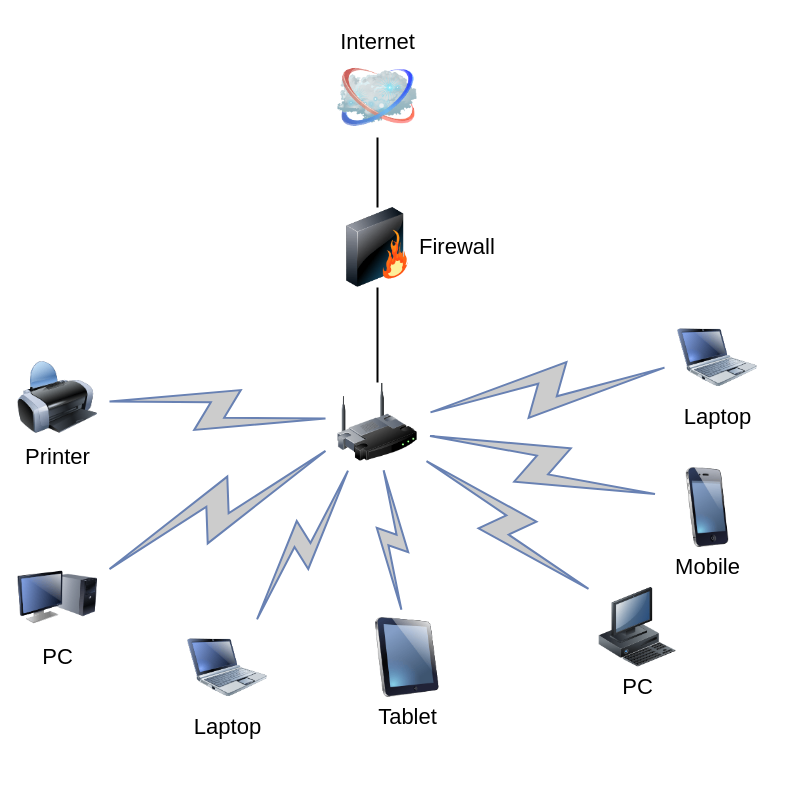
Before: 南网国际.drawio in ZILLIONTSANG/NetworkDiagrams, a draw.io diagram. Source tidied: cells renumbered, new cells numbered last; positions are measured from the earlier drawing's top-left corner, leaving out a move shared by most shapes. Both pictures are drawn from the tidied source at 100%, with x=0, y=0 at pixel (17, 57).
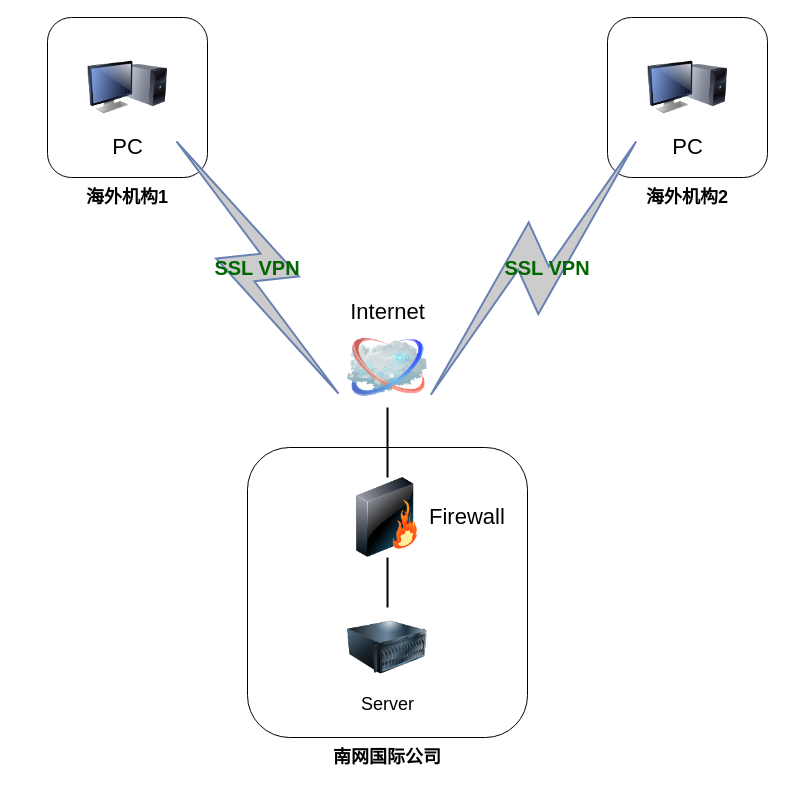
The same page after the edit.

Change to the diagram source:
```diff
@@
+    <mxCell id="21" style="rounded=1;whiteSpace=wrap;html=1;" parent="1" vertex="1">
+      <mxGeometry x="30" y="-40" width="160" height="160" as="geometry" />
+    </mxCell>
+    <mxCell id="22" style="rounded=1;whiteSpace=wrap;html=1;" parent="1" vertex="1">
+      <mxGeometry x="230" y="390" width="280" height="290" as="geometry" />
+    </mxCell>
+    <mxCell id="23" style="rounded=1;whiteSpace=wrap;html=1;" parent="1" vertex="1">
+      <mxGeometry x="590" y="-40" width="160" height="160" as="geometry" />
+    </mxCell>
-    <mxCell id="2" style="edgeStyle=none;rounded=0;html=1;labelBackgroundColor=none;endArrow=none;strokeWidth=2;fontFamily=Verdana;fontSize=22;" parent="1" edge="1" source="3" target="6">
+    <mxCell id="2" style="edgeStyle=none;rounded=0;html=1;labelBackgroundColor=none;endArrow=none;strokeWidth=2;fontFamily=Verdana;fontSize=22;" parent="1" edge="1" source="24" target="6">
       <mxGeometry relative="1" as="geometry" />
     </mxCell>
-    <mxCell id="3" style="image;html=1;labelBackgroundColor=#ffffff;image=img/lib/clip_art/networking/Wireless_Router_128x128.png;rounded=1;shadow=0;comic=0;strokeWidth=2;fontSize=22;" parent="1" vertex="1">
-      <mxGeometry x="320" y="325" width="80" height="80" as="geometry" />
-    </mxCell>
     <mxCell id="4" value="Internet" style="image;html=1;labelBackgroundColor=#ffffff;image=img/lib/clip_art/networking/Cloud_128x128.png;rounded=1;shadow=0;comic=0;strokeWidth=2;fontSize=22;labelPosition=center;verticalLabelPosition=top;align=center;verticalAlign=bottom;" parent="1" vertex="1">
-      <mxGeometry x="320" width="80" height="80" as="geometry" />
+      <mxGeometry x="330" y="270" width="80" height="80" as="geometry" />
     </mxCell>
-    <mxCell id="5" style="edgeStyle=none;rounded=0;html=1;labelBackgroundColor=none;endArrow=none;strokeWidth=2;fontFamily=Verdana;fontSize=22;" parent="1" edge="1" source="6" target="4">
+    <mxCell id="5" style="edgeStyle=none;rounded=0;html=1;labelBackgroundColor=none;endArrow=none;strokeWidth=2;fontFamily=Verdana;fontSize=22;" parent="1" edge="1" source="22" target="4">
       <mxGeometry relative="1" as="geometry" />
     </mxCell>
     <mxCell id="6" value="Firewall" style="image;html=1;labelBackgroundColor=#ffffff;image=img/lib/clip_art/networking/Firewall_128x128.png;rounded=1;shadow=0;comic=0;strokeWidth=2;fontSize=22;labelPosition=right;verticalLabelPosition=middle;align=left;verticalAlign=middle;" parent="1" vertex="1">
-      <mxGeometry x="320" y="150" width="80" height="80" as="geometry" />
+      <mxGeometry x="330" y="420" width="80" height="80" as="geometry" />
     </mxCell>
-    <mxCell id="7" value="Tablet" style="image;html=1;labelBackgroundColor=#ffffff;image=img/lib/clip_art/computers/iPad_128x128.png;rounded=1;shadow=0;comic=0;strokeWidth=2;fontSize=22;" parent="1" vertex="1">
-      <mxGeometry x="350" y="560" width="80" height="80" as="geometry" />
-    </mxCell>
     <mxCell id="8" value="PC" style="image;html=1;labelBackgroundColor=#ffffff;image=img/lib/clip_art/computers/Monitor_Tower_128x128.png;rounded=1;shadow=0;comic=0;strokeWidth=2;fontSize=22;" parent="1" vertex="1">
-      <mxGeometry y="500" width="80" height="80" as="geometry" />
+      <mxGeometry x="630" y="-10" width="80" height="80" as="geometry" />
     </mxCell>
-    <mxCell id="9" value="Printer" style="image;html=1;labelBackgroundColor=#ffffff;image=img/lib/clip_art/computers/Printer_128x128.png;rounded=1;shadow=0;comic=0;strokeWidth=2;fontSize=22;" parent="1" vertex="1">
-      <mxGeometry y="300" width="80" height="80" as="geometry" />
-    </mxCell>
+    <mxCell id="15" style="html=1;fillColor=#CCCCCC;strokeColor=#6881B3;gradientColor=none;gradientDirection=north;strokeWidth=2;shape=mxgraph.networks.comm_link_edge;html=1;labelBackgroundColor=none;endArrow=none;fontFamily=Verdana;fontSize=22;fontColor=#000000;fontStyle=1;exitX=0;exitY=1;exitDx=0;exitDy=0;entryX=0.9;entryY=1.017;entryDx=0;entryDy=0;entryPerimeter=0;" parent="1" edge="1" source="8" target="4">
+      <mxGeometry relative="1" as="geometry" />
+    </mxCell>
+    <mxCell id="24" value="&lt;font style=&quot;font-size: 18px&quot;&gt;Server&lt;/font&gt;" style="image;html=1;image=img/lib/clip_art/computers/Server_128x128.png;" parent="1" vertex="1">
+      <mxGeometry x="330" y="550" width="80" height="80" as="geometry" />
+    </mxCell>
-    <mxCell id="10" value="PC" style="image;html=1;labelBackgroundColor=#ffffff;image=img/lib/clip_art/computers/Workstation_128x128.png;rounded=1;shadow=0;comic=0;strokeWidth=2;fontSize=22;" parent="1" vertex="1">
-      <mxGeometry x="580" y="530" width="80" height="80" as="geometry" />
+    <mxCell id="10" value="PC" style="image;html=1;labelBackgroundColor=#ffffff;image=img/lib/clip_art/computers/Monitor_Tower_128x128.png;rounded=1;shadow=0;comic=0;strokeWidth=2;fontSize=22;" parent="1" vertex="1">
+      <mxGeometry x="70" y="-10" width="80" height="80" as="geometry" />
     </mxCell>
-    <mxCell id="11" value="Mobile" style="image;html=1;labelBackgroundColor=#ffffff;image=img/lib/clip_art/telecommunication/iPhone_128x128.png;rounded=1;shadow=0;comic=0;strokeWidth=2;fontSize=22;" parent="1" vertex="1">
-      <mxGeometry x="650" y="410" width="80" height="80" as="geometry" />
-    </mxCell>
-    <mxCell id="12" value="Laptop" style="image;html=1;labelBackgroundColor=#ffffff;image=img/lib/clip_art/computers/Netbook_128x128.png;rounded=1;shadow=0;comic=0;strokeColor=#000000;strokeWidth=2;fillColor=#FFFFFF;fontSize=22;fontColor=#000000;" parent="1" vertex="1">
-      <mxGeometry x="660" y="260" width="80" height="80" as="geometry" />
-    </mxCell>
-    <mxCell id="13" value="Laptop" style="image;html=1;labelBackgroundColor=#ffffff;image=img/lib/clip_art/computers/Netbook_128x128.png;rounded=1;shadow=0;comic=0;strokeWidth=2;fontSize=22;" parent="1" vertex="1">
-      <mxGeometry x="170" y="570" width="80" height="80" as="geometry" />
-    </mxCell>
-    <mxCell id="14" style="html=1;fillColor=#CCCCCC;strokeColor=#6881B3;gradientColor=none;gradientDirection=north;strokeWidth=2;shape=mxgraph.networks.comm_link_edge;html=1;labelBackgroundColor=none;endArrow=none;fontFamily=Verdana;fontSize=22;fontColor=#000000;" parent="1" edge="1" source="9" target="3">
-      <mxGeometry relative="1" as="geometry" />
-    </mxCell>
-    <mxCell id="15" style="html=1;fillColor=#CCCCCC;strokeColor=#6881B3;gradientColor=none;gradientDirection=north;strokeWidth=2;shape=mxgraph.networks.comm_link_edge;html=1;labelBackgroundColor=none;endArrow=none;fontFamily=Verdana;fontSize=22;fontColor=#000000;fontStyle=1;" parent="1" edge="1" source="8" target="3">
-      <mxGeometry relative="1" as="geometry" />
-    </mxCell>
-    <mxCell id="16" style="html=1;fillColor=#CCCCCC;strokeColor=#6881B3;gradientColor=none;gradientDirection=north;strokeWidth=2;shape=mxgraph.networks.comm_link_edge;html=1;labelBackgroundColor=none;endArrow=none;fontFamily=Verdana;fontSize=22;fontColor=#000000;" parent="1" edge="1" source="13" target="3">
-      <mxGeometry relative="1" as="geometry" />
-    </mxCell>
-    <mxCell id="17" style="html=1;fillColor=#CCCCCC;strokeColor=#6881B3;gradientColor=none;gradientDirection=north;strokeWidth=2;shape=mxgraph.networks.comm_link_edge;html=1;labelBackgroundColor=none;endArrow=none;fontFamily=Verdana;fontSize=22;fontColor=#000000;" parent="1" edge="1" source="7" target="3">
-      <mxGeometry relative="1" as="geometry" />
-    </mxCell>
-    <mxCell id="18" style="html=1;fillColor=#CCCCCC;strokeColor=#6881B3;gradientColor=none;gradientDirection=north;strokeWidth=2;shape=mxgraph.networks.comm_link_edge;html=1;labelBackgroundColor=none;endArrow=none;fontFamily=Verdana;fontSize=22;fontColor=#000000;" parent="1" edge="1" source="10" target="3">
-      <mxGeometry relative="1" as="geometry" />
-    </mxCell>
-    <mxCell id="19" style="html=1;fillColor=#CCCCCC;strokeColor=#6881B3;gradientColor=none;gradientDirection=north;strokeWidth=2;shape=mxgraph.networks.comm_link_edge;html=1;labelBackgroundColor=none;endArrow=none;fontFamily=Verdana;fontSize=22;fontColor=#000000;" parent="1" edge="1" source="11" target="3">
-      <mxGeometry relative="1" as="geometry" />
-    </mxCell>
-    <mxCell id="20" style="html=1;fillColor=#CCCCCC;strokeColor=#6881B3;gradientColor=none;gradientDirection=north;strokeWidth=2;shape=mxgraph.networks.comm_link_edge;html=1;labelBackgroundColor=none;endArrow=none;fontFamily=Verdana;fontSize=22;fontColor=#000000;" parent="1" edge="1" source="12" target="3">
-      <mxGeometry relative="1" as="geometry" />
-    </mxCell>
+    <mxCell id="25" style="html=1;fillColor=#CCCCCC;strokeColor=#6881B3;gradientColor=none;gradientDirection=north;strokeWidth=2;shape=mxgraph.networks.comm_link_edge;html=1;labelBackgroundColor=none;endArrow=none;fontFamily=Verdana;fontSize=22;fontColor=#000000;fontStyle=1;entryX=0;entryY=1;entryDx=0;entryDy=0;exitX=1;exitY=1;exitDx=0;exitDy=0;" parent="1" edge="1" source="10" target="4">
+      <mxGeometry relative="1" as="geometry" />
+    </mxCell>
+    <mxCell id="26" value="&lt;b&gt;&lt;font style=&quot;font-size: 18px&quot;&gt;海外机构1&lt;/font&gt;&lt;/b&gt;" style="text;html=1;strokeColor=none;fillColor=none;align=center;verticalAlign=middle;whiteSpace=wrap;rounded=0;" parent="1" vertex="1">
+      <mxGeometry x="50" y="130" width="120" height="20" as="geometry" />
+    </mxCell>
+    <mxCell id="27" value="&lt;b&gt;&lt;font style=&quot;font-size: 18px&quot;&gt;海外机构2&lt;/font&gt;&lt;/b&gt;" style="text;html=1;strokeColor=none;fillColor=none;align=center;verticalAlign=middle;whiteSpace=wrap;rounded=0;" parent="1" vertex="1">
+      <mxGeometry x="610" y="130" width="120" height="20" as="geometry" />
+    </mxCell>
+    <mxCell id="28" style="edgeStyle=none;rounded=0;html=1;labelBackgroundColor=none;endArrow=none;strokeWidth=2;fontFamily=Verdana;fontSize=22;" parent="1" edge="1" source="6" target="22">
+      <mxGeometry relative="1" as="geometry" />
+    </mxCell>
+    <mxCell id="29" value="&lt;font color=&quot;#006600&quot; size=&quot;1&quot;&gt;&lt;b style=&quot;font-size: 20px&quot;&gt;SSL VPN&lt;/b&gt;&lt;/font&gt;" style="text;html=1;strokeColor=none;fillColor=none;align=center;verticalAlign=middle;whiteSpace=wrap;rounded=0;" parent="1" vertex="1">
+      <mxGeometry x="470" y="200" width="120" height="20" as="geometry" />
+    </mxCell>
+    <mxCell id="30" value="&lt;span style=&quot;font-size: 18px&quot;&gt;&lt;b&gt;南网国际公司&lt;/b&gt;&lt;/span&gt;" style="text;html=1;strokeColor=none;fillColor=none;align=center;verticalAlign=middle;whiteSpace=wrap;rounded=0;" parent="1" vertex="1">
+      <mxGeometry x="310" y="690" width="120" height="20" as="geometry" />
+    </mxCell>
+    <mxCell id="31" value="&lt;font color=&quot;#006600&quot; size=&quot;1&quot;&gt;&lt;b style=&quot;font-size: 20px&quot;&gt;SSL VPN&lt;/b&gt;&lt;/font&gt;" style="text;html=1;strokeColor=none;fillColor=none;align=center;verticalAlign=middle;whiteSpace=wrap;rounded=0;" parent="1" vertex="1">
+      <mxGeometry x="180" y="200" width="120" height="20" as="geometry" />
+    </mxCell>
```
